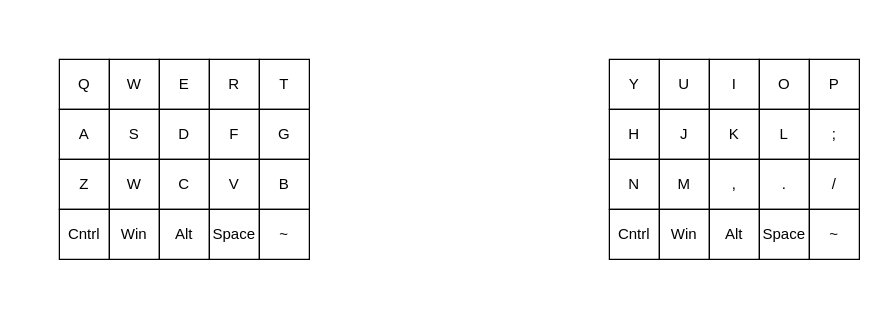
The draw.io diagram protoKeyLayout.drawio in ppw0021/key_pro, before the edit. Source tidied: cells renumbered, new cells numbered last; positions are measured from the earlier drawing's top-left corner, leaving out a move shared by most shapes. Both pictures are drawn from the tidied source at 125%, with x=0, y=0 at pixel (59, 59).
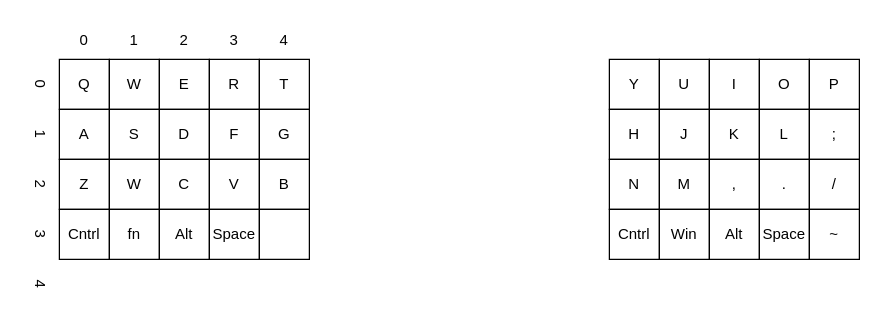
Above is the later version.

Change to the diagram source:
```diff
@@
-    <mxCell id="18" value="Win" style="rounded=0;whiteSpace=wrap;html=1;" parent="1" vertex="1">
+    <mxCell id="18" value="fn" style="rounded=0;whiteSpace=wrap;html=1;" parent="1" vertex="1">
       <mxGeometry x="40" y="120" width="40" height="40" as="geometry" />
     </mxCell>
@@
-    <mxCell id="21" value="~" style="rounded=0;whiteSpace=wrap;html=1;" parent="1" vertex="1">
+    <mxCell id="21" style="rounded=0;whiteSpace=wrap;html=1;" parent="1" vertex="1">
       <mxGeometry x="160" y="120" width="40" height="40" as="geometry" />
     </mxCell>
@@
+    <mxCell id="42" value="0&amp;nbsp; &amp;nbsp; &amp;nbsp; &amp;nbsp; &amp;nbsp; 1&amp;nbsp; &amp;nbsp; &amp;nbsp; &amp;nbsp; &amp;nbsp; 2&amp;nbsp; &amp;nbsp; &amp;nbsp; &amp;nbsp; &amp;nbsp; 3&amp;nbsp; &amp;nbsp; &amp;nbsp; &amp;nbsp; &amp;nbsp; 4" style="text;html=1;align=center;verticalAlign=middle;whiteSpace=wrap;rounded=0;" parent="1" vertex="1">
+      <mxGeometry y="-30" width="200" height="30" as="geometry" />
+    </mxCell>
+    <mxCell id="43" value="0&amp;nbsp; &amp;nbsp; &amp;nbsp; &amp;nbsp; &amp;nbsp; 1&amp;nbsp; &amp;nbsp; &amp;nbsp; &amp;nbsp; &amp;nbsp; 2&amp;nbsp; &amp;nbsp; &amp;nbsp; &amp;nbsp; &amp;nbsp; 3&amp;nbsp; &amp;nbsp; &amp;nbsp; &amp;nbsp; &amp;nbsp; 4" style="text;html=1;align=center;verticalAlign=middle;whiteSpace=wrap;rounded=0;rotation=90;" parent="1" vertex="1">
+      <mxGeometry x="-115" y="85" width="200" height="30" as="geometry" />
+    </mxCell>
```
